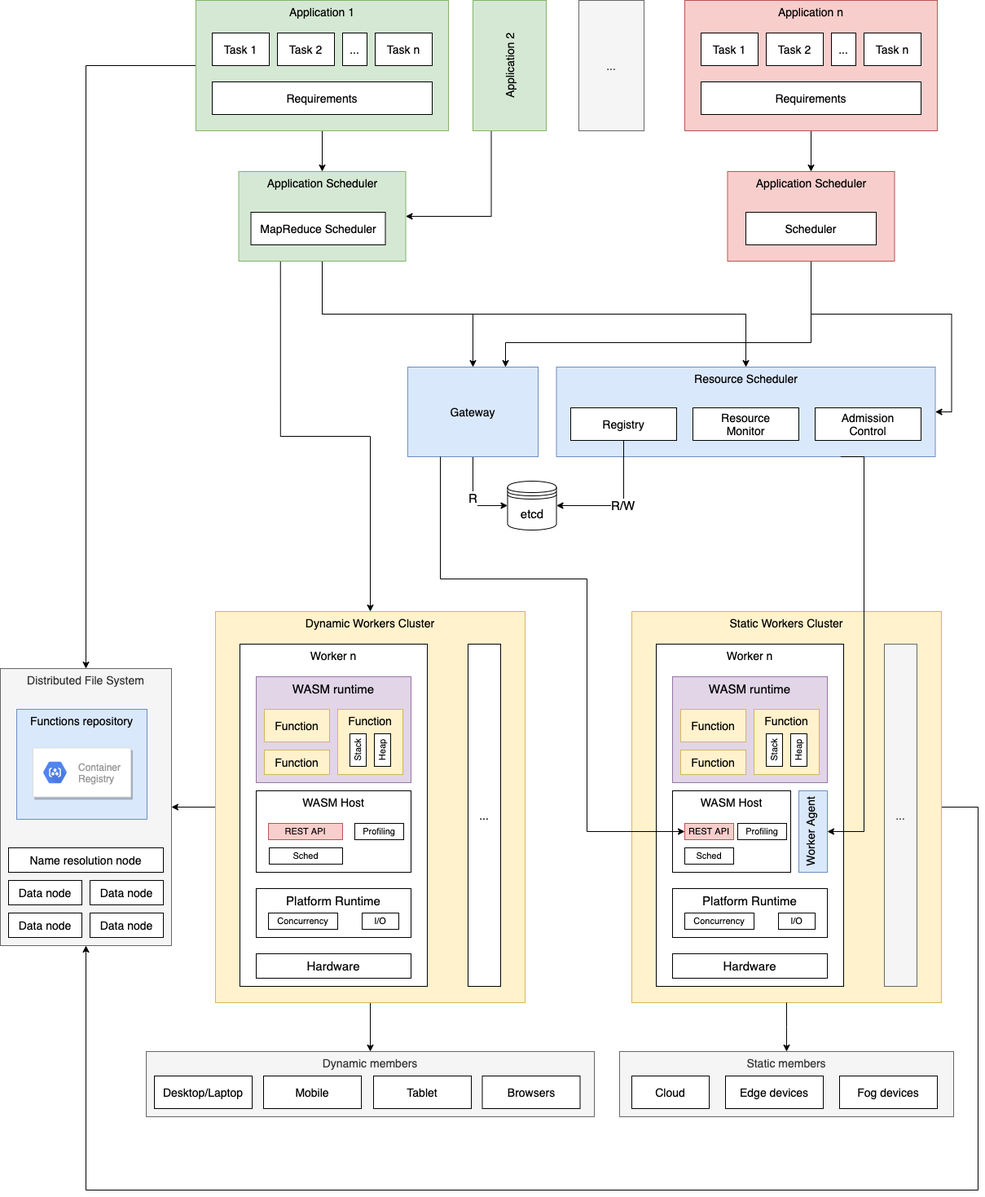
Earlier version of the draw.io export fedra/images/architecture.png (jiayihu/fedra-thesis). Source tidied: cells renumbered, new cells last; positions are measured from the earlier drawing's top-left corner, leaving out a move shared by most shapes.
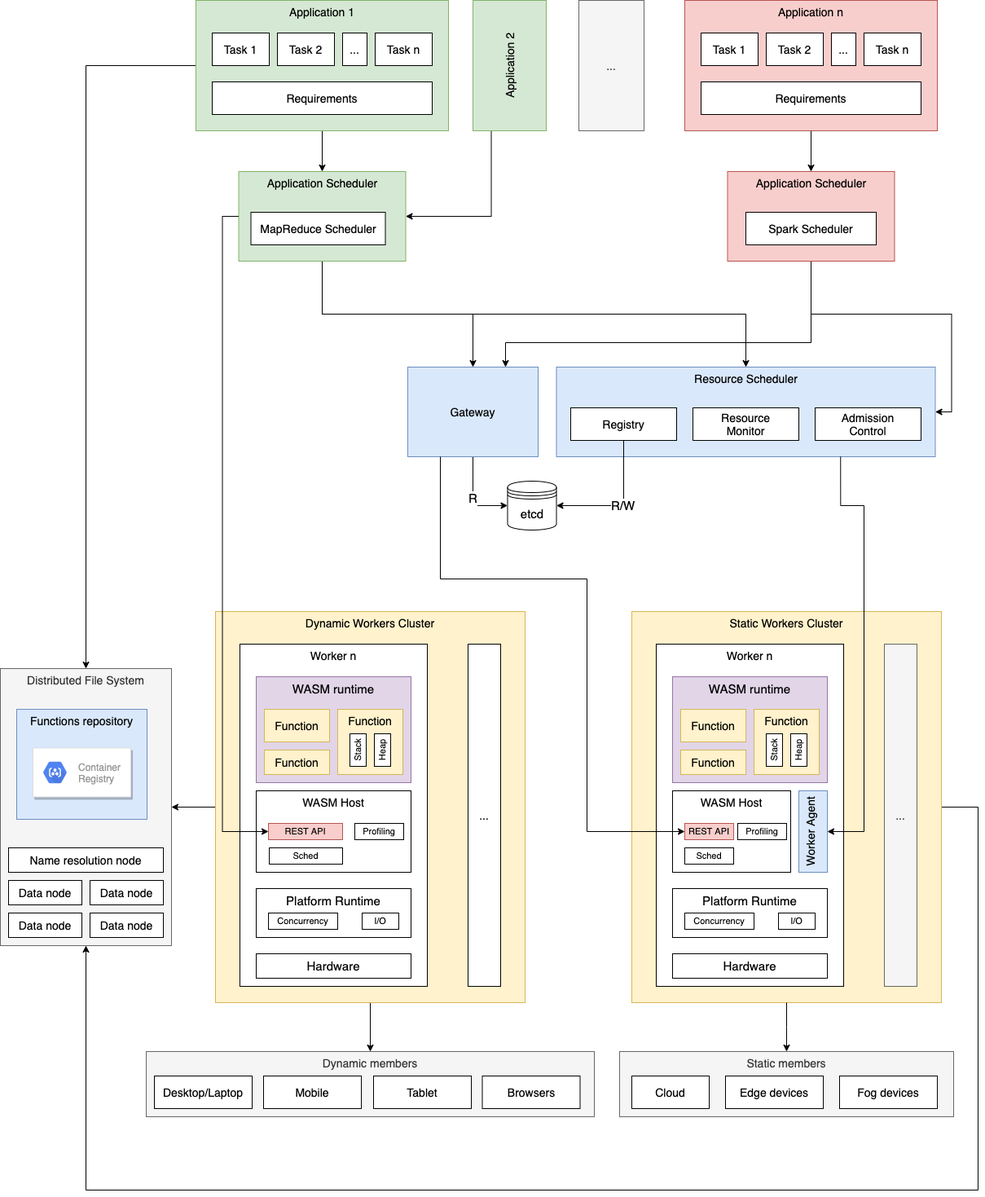
After the change.

Commit message:
Minor fixes to architecture diagram

Change to the diagram source:
```diff
@@ -169,9 +169,6 @@
     <mxCell id="53" style="edgeStyle=orthogonalEdgeStyle;rounded=0;jettySize=auto;html=1;exitX=0.5;exitY=1;exitDx=0;exitDy=0;entryX=0.5;entryY=0;entryDx=0;entryDy=0;startArrow=none;startFill=0;endArrow=classic;endFill=1;fontSize=14;" parent="1" edge="1" source="55" target="37">
       <mxGeometry relative="1" as="geometry" />
     </mxCell>
-    <mxCell id="54" style="edgeStyle=orthogonalEdgeStyle;rounded=0;jettySize=auto;html=1;exitX=0.25;exitY=1;exitDx=0;exitDy=0;entryX=0.5;entryY=0;entryDx=0;entryDy=0;startArrow=none;startFill=0;endArrow=classic;endFill=1;fontSize=14;" parent="1" edge="1" source="55" target="70">
-      <mxGeometry relative="1" as="geometry" />
-    </mxCell>
     <mxCell id="55" value="Application Scheduler" style="rounded=0;whiteSpace=wrap;html=1;fillColor=#d5e8d4;strokeColor=#82b366;fontSize=14;verticalAlign=top;" parent="1" vertex="1">
       <mxGeometry x="292.5" y="210" width="205" height="110" as="geometry" />
     </mxCell>
@@ -192,7 +189,7 @@
     <mxCell id="59" value="Application Scheduler" style="rounded=0;whiteSpace=wrap;html=1;fillColor=#f8cecc;strokeColor=#b85450;fontSize=14;verticalAlign=top;" parent="1" vertex="1">
       <mxGeometry x="892.5" y="210" width="205" height="110" as="geometry" />
     </mxCell>
-    <mxCell id="60" value="Scheduler" style="rounded=0;whiteSpace=wrap;html=1;fontSize=14;verticalAlign=middle;" parent="1" vertex="1">
+    <mxCell id="60" value="Spark Scheduler" style="rounded=0;whiteSpace=wrap;html=1;fontSize=14;verticalAlign=middle;" parent="1" vertex="1">
       <mxGeometry x="915" y="260" width="160" height="40" as="geometry" />
     </mxCell>
     <mxCell id="61" value="etcd" style="shape=datastore;whiteSpace=wrap;html=1;fontSize=15;" parent="1" vertex="1">
@@ -284,7 +281,8 @@
     <mxCell id="87" style="edgeStyle=orthogonalEdgeStyle;rounded=0;jettySize=auto;html=1;exitX=0.75;exitY=1;exitDx=0;exitDy=0;entryX=1;entryY=0.5;entryDx=0;entryDy=0;startArrow=none;startFill=0;endArrow=classic;endFill=1;fontSize=14;" parent="1" edge="1" source="11" target="28">
       <mxGeometry relative="1" as="geometry">
         <Array as="points">
-          <mxPoint x="1060" y="560" />
+          <mxPoint x="1031" y="620" />
+          <mxPoint x="1060" y="620" />
           <mxPoint x="1060" y="1020" />
         </Array>
       </mxGeometry>
@@ -313,5 +311,8 @@
     <mxCell id="95" value="Name resolution node" style="whiteSpace=wrap;html=1;fontSize=14;" parent="1" vertex="1">
       <mxGeometry x="10" y="1040" width="190" height="30" as="geometry" />
     </mxCell>
+    <mxCell id="54" style="edgeStyle=orthogonalEdgeStyle;rounded=0;jettySize=auto;html=1;exitX=0;exitY=0.5;exitDx=0;exitDy=0;entryX=0;entryY=0.5;entryDx=0;entryDy=0;startArrow=none;startFill=0;endArrow=classic;endFill=1;fontSize=14;" parent="1" edge="1" source="55" target="83">
+      <mxGeometry relative="1" as="geometry" />
+    </mxCell>
   </root>
 </mxGraphModel>
```
